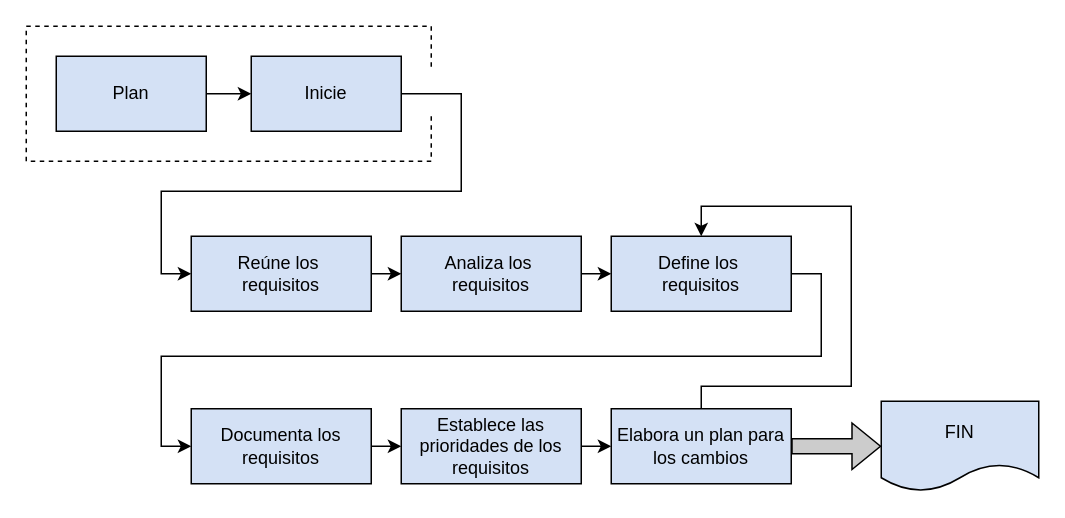
This is Proceso_de_gestión_de_requerimientos.drawio from jmorales01/diagrams, a draw.io file, before an edit. Source tidied: cells renumbered, new cells numbered last; positions are measured from the earlier drawing's top-left corner, leaving out a move shared by most shapes. Both pictures are drawn from the tidied source at 150%, with x=0, y=0 at pixel (26, 26).
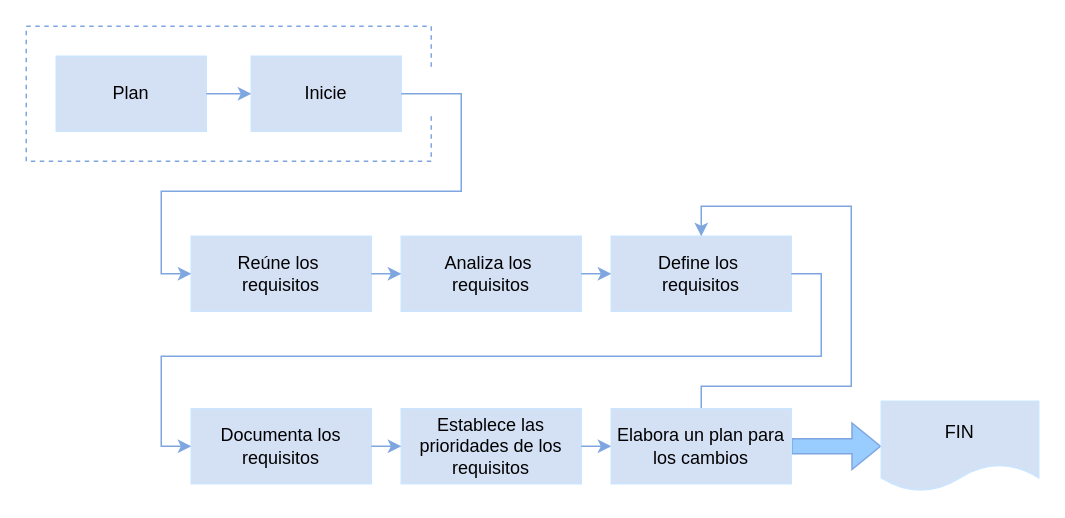
The same page after the edit.

The edit, as a diff of the source:
```diff
@@
-    <mxCell id="2" value="Plan" style="rounded=0;whiteSpace=wrap;html=1;fillColor=#D4E1F5;" parent="1" vertex="1">
+    <mxCell id="2" value="Plan" style="rounded=0;whiteSpace=wrap;html=1;fillColor=#D4E1F5;strokeColor=#CCE5FF;" parent="1" vertex="1">
       <mxGeometry x="20" y="20" width="100" height="50" as="geometry" />
     </mxCell>
-    <mxCell id="3" value="Inicie" style="rounded=0;whiteSpace=wrap;html=1;fillColor=#D4E1F5;" parent="1" vertex="1">
+    <mxCell id="3" value="Inicie" style="rounded=0;whiteSpace=wrap;html=1;fillColor=#D4E1F5;strokeColor=#CCE5FF;" parent="1" vertex="1">
       <mxGeometry x="150" y="20" width="100" height="50" as="geometry" />
     </mxCell>
-    <mxCell id="4" style="endArrow=classic;html=1;rounded=0;exitX=1;exitY=0.5;exitDx=0;exitDy=0;entryX=0;entryY=0.5;entryDx=0;entryDy=0;" parent="1" edge="1" source="2" target="3">
+    <mxCell id="4" style="endArrow=classic;html=1;rounded=0;exitX=1;exitY=0.5;exitDx=0;exitDy=0;entryX=0;entryY=0.5;entryDx=0;entryDy=0;strokeColor=#7EA6E0;" parent="1" edge="1" source="2" target="3">
       <mxGeometry relative="1" as="geometry" />
     </mxCell>
-    <mxCell id="5" value="Reúne los&amp;nbsp;&lt;div&gt;requisitos&lt;/div&gt;" style="rounded=0;whiteSpace=wrap;html=1;fillColor=#D4E1F5;" parent="1" vertex="1">
+    <mxCell id="5" value="Reúne los&amp;nbsp;&lt;div&gt;requisitos&lt;/div&gt;" style="rounded=0;whiteSpace=wrap;html=1;fillColor=#D4E1F5;strokeColor=#CCE5FF;" parent="1" vertex="1">
       <mxGeometry x="110" y="140" width="120" height="50" as="geometry" />
     </mxCell>
-    <mxCell id="6" value="Analiza los&amp;nbsp;&lt;div&gt;requisitos&lt;/div&gt;" style="rounded=0;whiteSpace=wrap;html=1;fillColor=#D4E1F5;" parent="1" vertex="1">
+    <mxCell id="6" value="Analiza los&amp;nbsp;&lt;div&gt;requisitos&lt;/div&gt;" style="rounded=0;whiteSpace=wrap;html=1;fillColor=#D4E1F5;strokeColor=#CCE5FF;" parent="1" vertex="1">
       <mxGeometry x="250" y="140" width="120" height="50" as="geometry" />
     </mxCell>
-    <mxCell id="7" value="Define los&amp;nbsp;&lt;div&gt;requisitos&lt;/div&gt;" style="rounded=0;whiteSpace=wrap;html=1;fillColor=#D4E1F5;" parent="1" vertex="1">
+    <mxCell id="7" value="Define los&amp;nbsp;&lt;div&gt;requisitos&lt;/div&gt;" style="rounded=0;whiteSpace=wrap;html=1;fillColor=#D4E1F5;strokeColor=#CCE5FF;" parent="1" vertex="1">
       <mxGeometry x="390" y="140" width="120" height="50" as="geometry" />
     </mxCell>
-    <mxCell id="8" value="Documenta los requisitos" style="rounded=0;whiteSpace=wrap;html=1;fillColor=#D4E1F5;" parent="1" vertex="1">
+    <mxCell id="8" value="Documenta los requisitos" style="rounded=0;whiteSpace=wrap;html=1;fillColor=#D4E1F5;strokeColor=#CCE5FF;" parent="1" vertex="1">
       <mxGeometry x="110" y="255" width="120" height="50" as="geometry" />
     </mxCell>
-    <mxCell id="9" value="Establece las prioridades de los requisitos" style="rounded=0;whiteSpace=wrap;html=1;fillColor=#D4E1F5;" parent="1" vertex="1">
+    <mxCell id="9" value="Establece las prioridades de los requisitos" style="rounded=0;whiteSpace=wrap;html=1;fillColor=#D4E1F5;strokeColor=#CCE5FF;" parent="1" vertex="1">
       <mxGeometry x="250" y="255" width="120" height="50" as="geometry" />
     </mxCell>
-    <mxCell id="10" style="edgeStyle=orthogonalEdgeStyle;rounded=0;jettySize=auto;html=1;exitX=0.5;exitY=0;exitDx=0;exitDy=0;entryX=0.5;entryY=0;entryDx=0;entryDy=0;" parent="1" edge="1" source="12" target="7">
+    <mxCell id="10" style="edgeStyle=orthogonalEdgeStyle;rounded=0;jettySize=auto;html=1;exitX=0.5;exitY=0;exitDx=0;exitDy=0;entryX=0.5;entryY=0;entryDx=0;entryDy=0;strokeColor=#7EA6E0;" parent="1" edge="1" source="12" target="7">
       <mxGeometry relative="1" as="geometry">
         <Array as="points">
           <mxPoint x="450" y="240" />
           <mxPoint x="550" y="240" />
           <mxPoint x="550" y="120" />
           <mxPoint x="450" y="120" />
         </Array>
       </mxGeometry>
     </mxCell>
-    <mxCell id="11" style="edgeStyle=orthogonalEdgeStyle;rounded=0;jettySize=auto;html=1;exitX=1;exitY=0.5;exitDx=0;exitDy=0;entryX=0;entryY=0.5;entryDx=0;entryDy=0;shape=flexArrow;fillColor=#CCCCCC;" parent="1" edge="1" source="12" target="13">
+    <mxCell id="11" style="edgeStyle=orthogonalEdgeStyle;rounded=0;jettySize=auto;html=1;exitX=1;exitY=0.5;exitDx=0;exitDy=0;entryX=0;entryY=0.5;entryDx=0;entryDy=0;shape=flexArrow;fillColor=#99CCFF;strokeColor=#7EA6E0;" parent="1" edge="1" source="12" target="13">
       <mxGeometry relative="1" as="geometry" />
     </mxCell>
-    <mxCell id="12" value="Elabora un plan para los cambios" style="rounded=0;whiteSpace=wrap;html=1;fillColor=#D4E1F5;" parent="1" vertex="1">
+    <mxCell id="12" value="Elabora un plan para los cambios" style="rounded=0;whiteSpace=wrap;html=1;fillColor=#D4E1F5;strokeColor=#CCE5FF;" parent="1" vertex="1">
       <mxGeometry x="390" y="255" width="120" height="50" as="geometry" />
     </mxCell>
-    <mxCell id="13" value="FIN" style="shape=document;whiteSpace=wrap;html=1;boundedLbl=1;fillColor=#D4E1F5;" parent="1" vertex="1">
+    <mxCell id="13" value="FIN" style="shape=document;whiteSpace=wrap;html=1;boundedLbl=1;fillColor=#D4E1F5;strokeColor=#CCE5FF;" parent="1" vertex="1">
       <mxGeometry x="570" y="250" width="105" height="60" as="geometry" />
     </mxCell>
-    <mxCell id="14" style="endArrow=classic;html=1;rounded=0;exitX=1;exitY=0.5;exitDx=0;exitDy=0;entryX=0;entryY=0.5;entryDx=0;entryDy=0;" parent="1" edge="1" source="3" target="5">
+    <mxCell id="14" style="endArrow=classic;html=1;rounded=0;exitX=1;exitY=0.5;exitDx=0;exitDy=0;entryX=0;entryY=0.5;entryDx=0;entryDy=0;strokeColor=#7EA6E0;" parent="1" edge="1" source="3" target="5">
       <mxGeometry relative="1" as="geometry">
         <Array as="points">
           <mxPoint x="290" y="45" />
           <mxPoint x="290" y="110" />
           <mxPoint x="90" y="110" />
           <mxPoint x="90" y="165" />
         </Array>
       </mxGeometry>
     </mxCell>
-    <mxCell id="15" style="endArrow=classic;html=1;rounded=0;exitX=1;exitY=0.5;exitDx=0;exitDy=0;entryX=0;entryY=0.5;entryDx=0;entryDy=0;" parent="1" edge="1" source="5" target="6">
+    <mxCell id="15" style="endArrow=classic;html=1;rounded=0;exitX=1;exitY=0.5;exitDx=0;exitDy=0;entryX=0;entryY=0.5;entryDx=0;entryDy=0;strokeColor=#7EA6E0;" parent="1" edge="1" source="5" target="6">
       <mxGeometry relative="1" as="geometry" />
     </mxCell>
-    <mxCell id="16" style="endArrow=classic;html=1;rounded=0;exitX=1;exitY=0.5;exitDx=0;exitDy=0;entryX=0;entryY=0.5;entryDx=0;entryDy=0;" parent="1" edge="1" source="6" target="7">
+    <mxCell id="16" style="endArrow=classic;html=1;rounded=0;exitX=1;exitY=0.5;exitDx=0;exitDy=0;entryX=0;entryY=0.5;entryDx=0;entryDy=0;strokeColor=#7EA6E0;" parent="1" edge="1" source="6" target="7">
       <mxGeometry relative="1" as="geometry" />
     </mxCell>
-    <mxCell id="17" style="endArrow=classic;html=1;rounded=0;exitX=1;exitY=0.5;exitDx=0;exitDy=0;entryX=0;entryY=0.5;entryDx=0;entryDy=0;" parent="1" edge="1" source="7" target="8">
+    <mxCell id="17" style="endArrow=classic;html=1;rounded=0;exitX=1;exitY=0.5;exitDx=0;exitDy=0;entryX=0;entryY=0.5;entryDx=0;entryDy=0;strokeColor=#7EA6E0;" parent="1" edge="1" source="7" target="8">
       <mxGeometry relative="1" as="geometry">
         <Array as="points">
           <mxPoint x="530" y="165" />
           <mxPoint x="530" y="220" />
           <mxPoint x="90" y="220" />
           <mxPoint x="90" y="280" />
         </Array>
       </mxGeometry>
     </mxCell>
-    <mxCell id="18" style="endArrow=classic;html=1;rounded=0;exitX=1;exitY=0.5;exitDx=0;exitDy=0;" parent="1" edge="1" source="8" target="9">
+    <mxCell id="18" style="endArrow=classic;html=1;rounded=0;exitX=1;exitY=0.5;exitDx=0;exitDy=0;strokeColor=#7EA6E0;" parent="1" edge="1" source="8" target="9">
       <mxGeometry relative="1" as="geometry" />
     </mxCell>
-    <mxCell id="19" style="endArrow=classic;html=1;rounded=0;exitX=1;exitY=0.5;exitDx=0;exitDy=0;entryX=0;entryY=0.5;entryDx=0;entryDy=0;" parent="1" edge="1" source="9" target="12">
+    <mxCell id="19" style="endArrow=classic;html=1;rounded=0;exitX=1;exitY=0.5;exitDx=0;exitDy=0;entryX=0;entryY=0.5;entryDx=0;entryDy=0;strokeColor=#7EA6E0;" parent="1" edge="1" source="9" target="12">
       <mxGeometry relative="1" as="geometry" />
     </mxCell>
-    <mxCell id="20" style="endArrow=none;dashed=1;html=1;rounded=0;" parent="1" edge="1">
+    <mxCell id="20" style="endArrow=none;dashed=1;html=1;rounded=0;strokeColor=#7EA6E0;" parent="1" edge="1">
       <mxGeometry relative="1" as="geometry">
         <mxPoint x="270" y="60" as="sourcePoint" />
         <mxPoint x="270" y="30" as="targetPoint" />
         <Array as="points">
           <mxPoint x="270" y="90" />
           <mxPoint y="90" />
           <mxPoint />
           <mxPoint x="270" />
         </Array>
       </mxGeometry>
     </mxCell>
```
